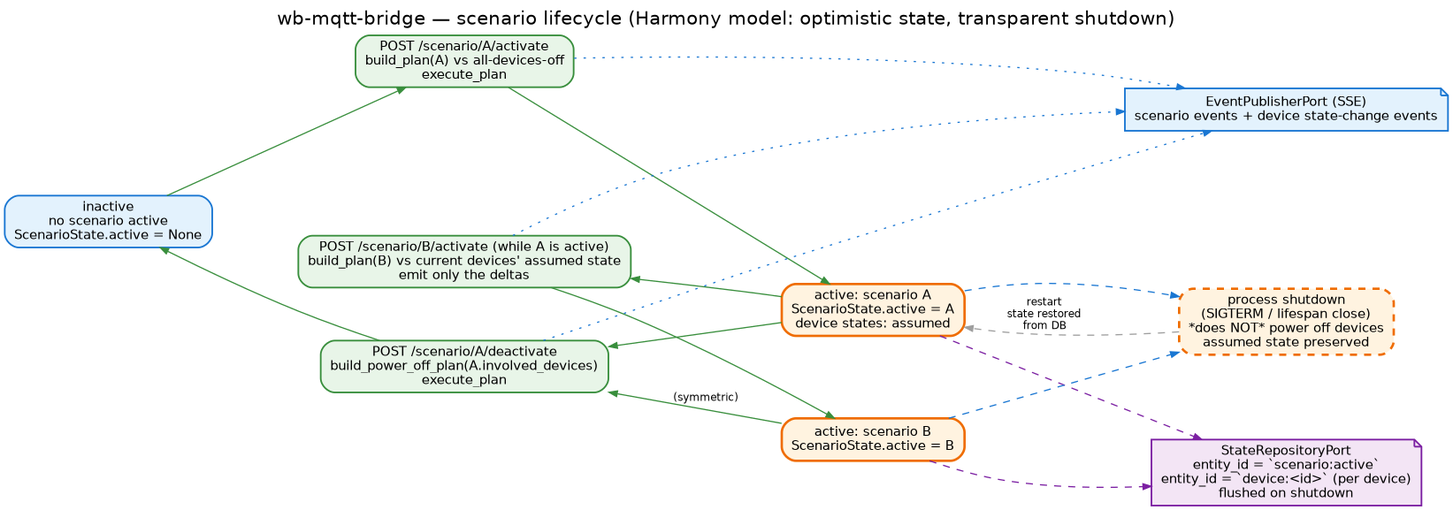
droman42/wb-mqtt-bridge keeps this Graphviz diagram as docs/images/scenario-lifecycle.png. Above is the earlier version. Its source is kept beside it as docs/images/scenario-lifecycle.dot.
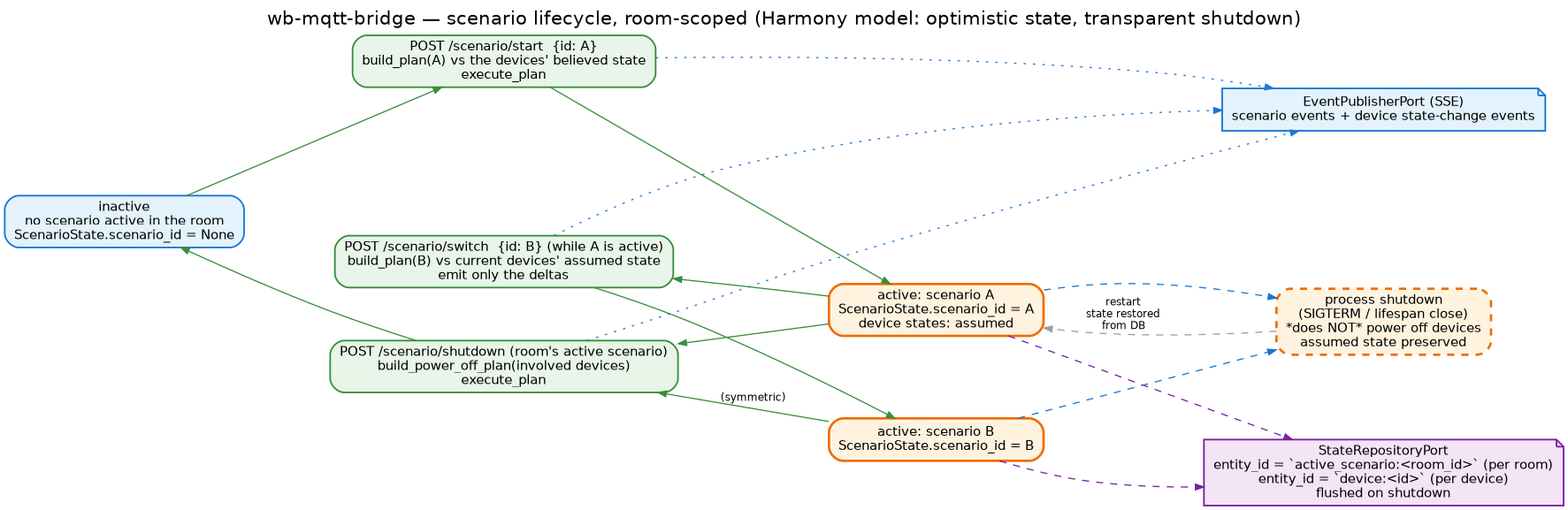
The same diagram one commit later.

The edit, as a diff of the source:
```diff
@@ -4,27 +4,27 @@
   splines=spline;
   nodesep=0.55; ranksep=1.0;
   fontname="Helvetica"; labelloc=t; fontsize=16;
-  label="wb-mqtt-bridge — scenario lifecycle (Harmony model: optimistic state, transparent shutdown)";
+  label="wb-mqtt-bridge — scenario lifecycle, room-scoped (Harmony model: optimistic state, transparent shutdown)";
 
   node [fontname="Helvetica", fontsize=11, shape=box, style="filled,rounded", penwidth=1.4];
   edge [fontname="Helvetica", fontsize=9, color="#1976d2", arrowsize=0.7];
 
-  inactive [label="inactive\nno scenario active\nScenarioState.active = None",
+  inactive [label="inactive\nno scenario active in the room\nScenarioState.scenario_id = None",
             fillcolor="#e3f2fd", color="#1976d2"];
-  active_A [label="active: scenario A\nScenarioState.active = A\ndevice states: assumed",
+  active_A [label="active: scenario A\nScenarioState.scenario_id = A\ndevice states: assumed",
             fillcolor="#fff3e0", color="#ef6c00", penwidth=2];
-  active_B [label="active: scenario B\nScenarioState.active = B",
+  active_B [label="active: scenario B\nScenarioState.scenario_id = B",
             fillcolor="#fff3e0", color="#ef6c00", penwidth=2];
 
-  activate    [label="POST /scenario/A/activate\nbuild_plan(A) vs all-devices-off\nexecute_plan",
+  activate    [label="POST /scenario/start  {id: A}\nbuild_plan(A) vs the devices' believed state\nexecute_plan",
                fillcolor="#e8f5e8", color="#388e3c"];
-  switch      [label="POST /scenario/B/activate (while A is active)\nbuild_plan(B) vs current devices' assumed state\nemit only the deltas",
+  switch      [label="POST /scenario/switch  {id: B} (while A is active)\nbuild_plan(B) vs current devices' assumed state\nemit only the deltas",
                fillcolor="#e8f5e8", color="#388e3c"];
-  deactivate  [label="POST /scenario/A/deactivate\nbuild_power_off_plan(A.involved_devices)\nexecute_plan",
+  deactivate  [label="POST /scenario/shutdown (room's active scenario)\nbuild_power_off_plan(involved devices)\nexecute_plan",
                fillcolor="#e8f5e8", color="#388e3c"];
 
   persist [shape=note, fillcolor="#f3e5f5", color="#7b1fa2",
-           label="StateRepositoryPort\nentity_id = `scenario:active`\nentity_id = `device:<id>` (per device)\nflushed on shutdown"];
+           label="StateRepositoryPort\nentity_id = `active_scenario:<room_id>` (per room)\nentity_id = `device:<id>` (per device)\nflushed on shutdown"];
   sse [shape=note, fillcolor="#e3f2fd", color="#1976d2",
        label="EventPublisherPort (SSE)\nscenario events + device state-change events"];
 
```
